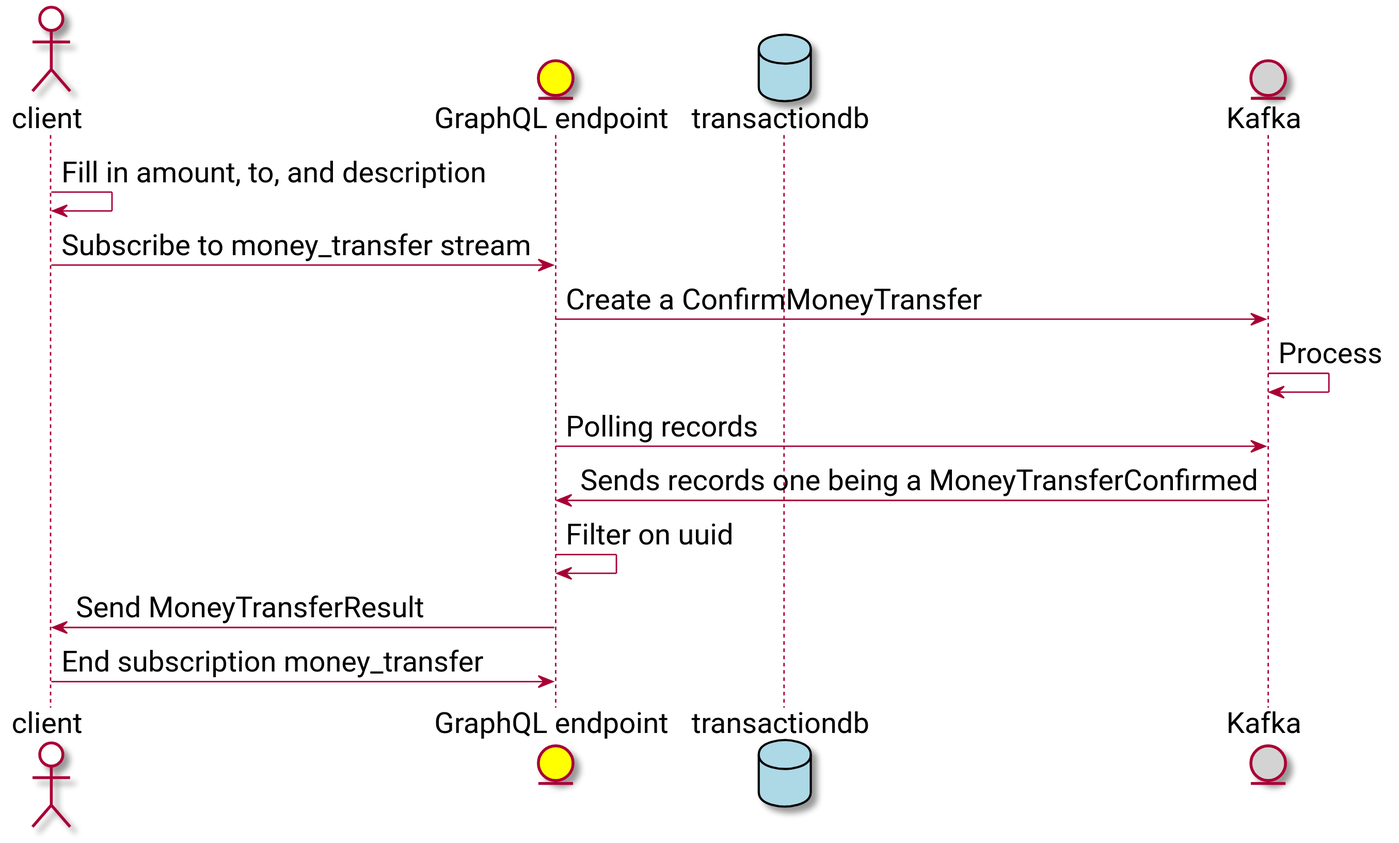
This is docs/transfermoney.svg from openweb-nl/kafka-graphql-examples, a PlantUML export, as it was before one commit. Source of this version:
```plantuml
@startuml
skinparam defaultFontName Roboto
skinparam defaultFontSize 20

actor client as cl #White
entity "GraphQL endpoint" as ge #Yellow
database transactiondb as pgt #LightBlue
entity "Kafka" as ka #LightGrey

cl -> cl : Fill in amount, to, and description
cl -> ge : Subscribe to money_transfer stream
ge -> ka : Create a ConfirmMoneyTransfer
ka -> ka : Process
ge -> ka : Polling records
ka -> ge : Sends records one being a MoneyTransferConfirmed
ge -> ge : Filter on uuid
ge -> cl : Send MoneyTransferResult
cl -> ge : End subscription money_transfer

@enduml
```
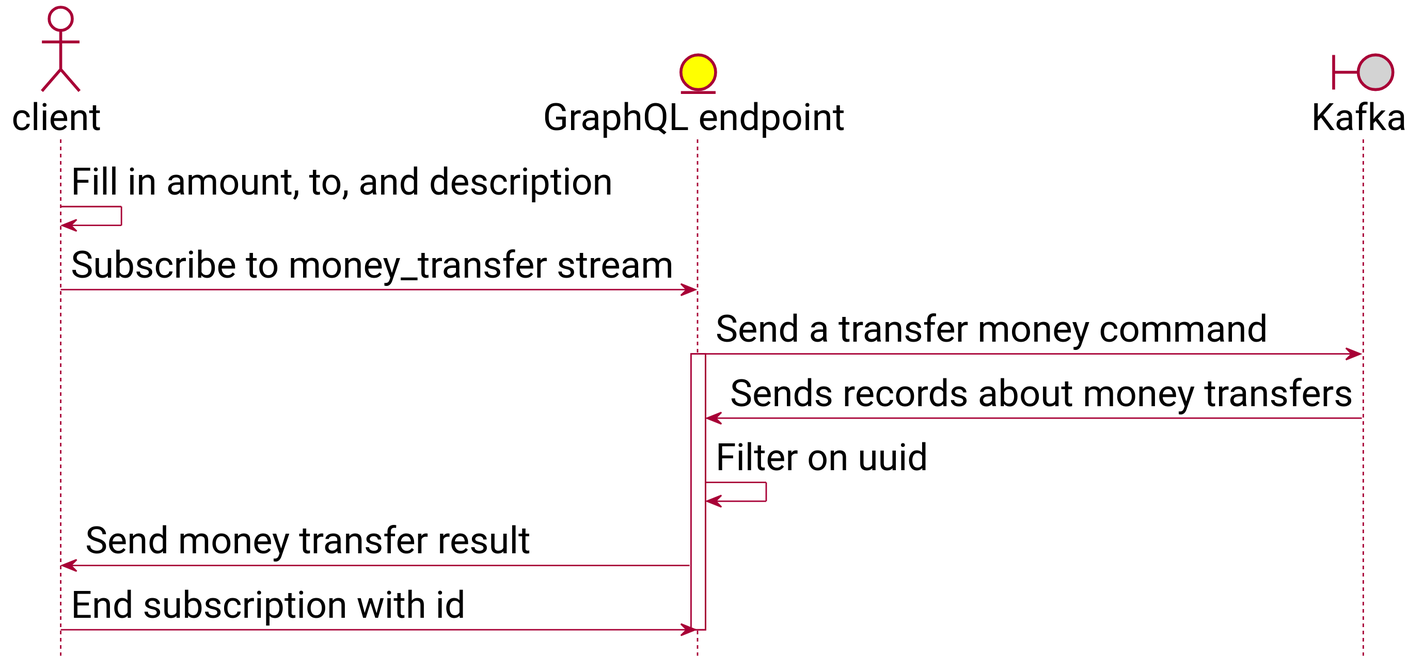
Above is the later version.

Change to the diagram source:
```diff
@@ -1,20 +1,21 @@
 @startuml
+skinparam shadowing false
 skinparam defaultFontName Roboto
-skinparam defaultFontSize 20
+skinparam defaultFontSize 26
+hide footbox
 
 actor client as cl #White
 entity "GraphQL endpoint" as ge #Yellow
-database transactiondb as pgt #LightBlue
-entity "Kafka" as ka #LightGrey
+boundary "Kafka" as ka #LightGrey
 
 cl -> cl : Fill in amount, to, and description
 cl -> ge : Subscribe to money_transfer stream
-ge -> ka : Create a ConfirmMoneyTransfer
-ka -> ka : Process
-ge -> ka : Polling records
-ka -> ge : Sends records one being a MoneyTransferConfirmed
+ge -> ka : Send a transfer money command
+activate ge
+ka -> ge : Sends records about money transfers
 ge -> ge : Filter on uuid
-ge -> cl : Send MoneyTransferResult
-cl -> ge : End subscription money_transfer
+ge -> cl : Send money transfer result
+cl -> ge : End subscription with id
+deactivate ge
 
 @enduml
```
